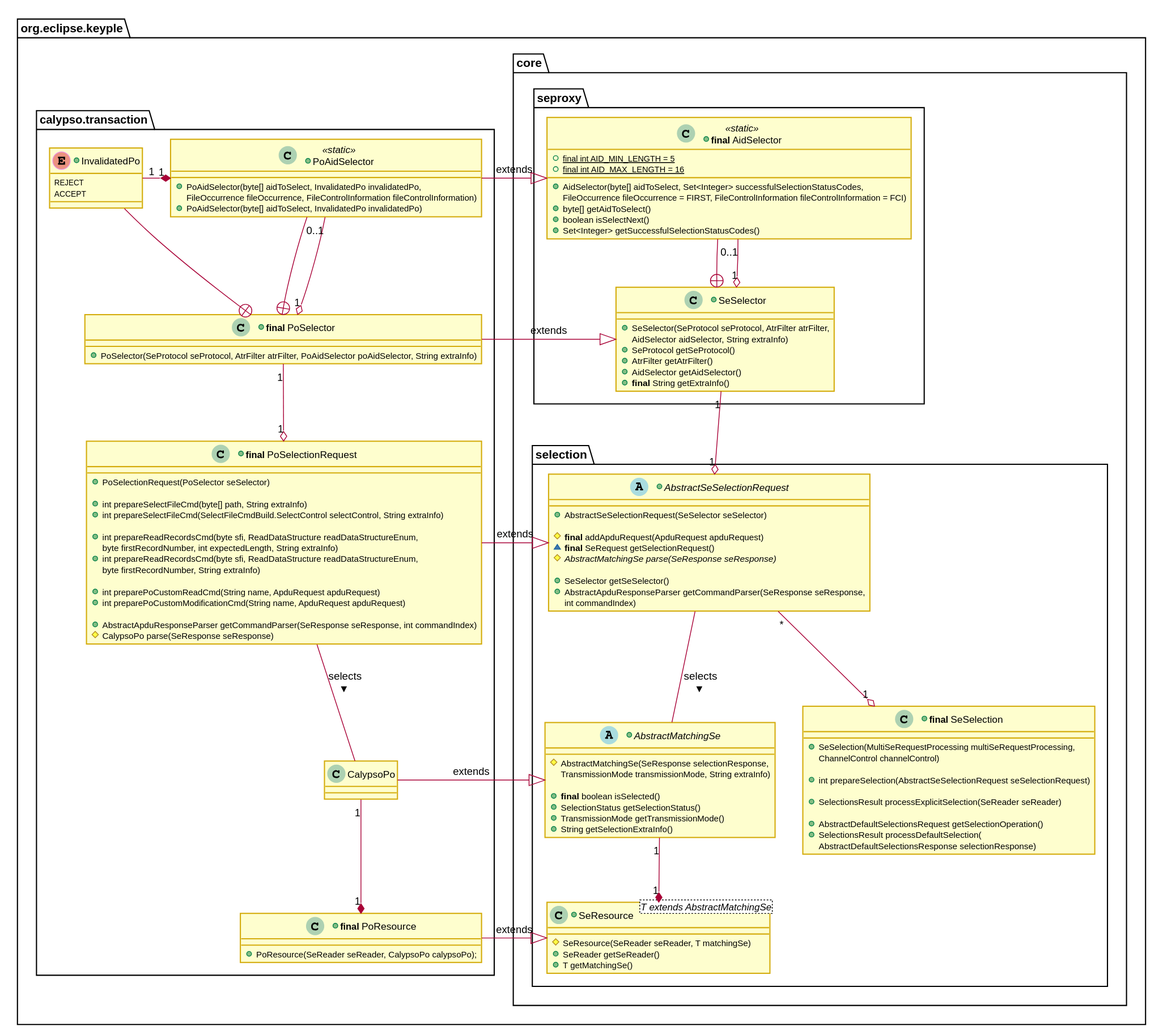
The PlantUML diagram docs/KeypleCalypsoApi/ApplicationApi/img/KeypleCalypso_ApplicationApi_ClassDiag_Transaction_PO_Selection_0_8_0.svg in calypsonet/keyple, before a commit. Its diagram source:
```plantuml
@startuml
skinparam ClassBorderColor #D4AC0D
skinparam stereotypeABorderColor #A9DCDF
skinparam stereotypeIBorderColor #B4A7E5
skinparam stereotypeCBorderColor #ADD1B2
skinparam stereotypeEBorderColor #EB93DF
skinparam shadowing false

skinparam ClassBackgroundColor<<red>> #FDEDEC
skinparam ClassBorderColor<<red>> #E74C3C
hide <<red>> stereotype
skinparam ClassBackgroundColor<<purple>> #F4ECF7
skinparam ClassBorderColor<<purple>> #8E44AD
hide <<purple>> stereotype
skinparam ClassBackgroundColor<<blue>> #EBF5FB
skinparam ClassBorderColor<<blue>> #3498DB
hide <<blue>> stereotype
skinparam ClassBackgroundColor<<green>> #EAFAF1
skinparam ClassBorderColor<<green>> #2ECC71
hide <<green>> stereotype
skinparam ClassBackgroundColor<<grey>> #EAECEE
skinparam ClassBorderColor<<grey>> #2C3E50
hide <<grey>> stereotype

package org.eclipse.keyple #FFFFFF {
  package core #FFFFFF {
    package seproxy #FFFFFF {

+class "<b>final</b> AidSelector" as AidSelector <<static>> {
  +{static} final int AID_MIN_LENGTH = 5
  +{static} final int AID_MAX_LENGTH = 16

  +AidSelector(byte[] aidToSelect, Set<Integer> successfulSelectionStatusCodes,
    FileOccurrence fileOccurrence = FIRST, FileControlInformation fileControlInformation = FCI)
  +byte[] getAidToSelect()
  +boolean isSelectNext()
  +Set<Integer> getSuccessfulSelectionStatusCodes()
}
+class SeSelector {
  +SeSelector(SeProtocol seProtocol, AtrFilter atrFilter,
    AidSelector aidSelector, String extraInfo)
  +SeProtocol getSeProtocol()
  +AtrFilter getAtrFilter()
  +AidSelector getAidSelector()
  +<b>final</b> String getExtraInfo()
}

      SeSelector +-up- AidSelector
      SeSelector "1" o-up- "0..1" AidSelector
    }

    package selection #FFFFFF {
+class "<b>final</b> SeSelection" as SeSelection {
  +SeSelection(MultiSeRequestProcessing multiSeRequestProcessing,
    ChannelControl channelControl)

  +int prepareSelection(AbstractSeSelectionRequest seSelectionRequest)

  +SelectionsResult processExplicitSelection(SeReader seReader)

  +AbstractDefaultSelectionsRequest getSelectionOperation()
  +SelectionsResult processDefaultSelection(
    AbstractDefaultSelectionsResponse selectionResponse)
}
+abstract AbstractSeSelectionRequest {
  +AbstractSeSelectionRequest(SeSelector seSelector)

  #<b>final</b> addApduRequest(ApduRequest apduRequest)
  ~<b>final</b> SeRequest getSelectionRequest()
  {abstract} #AbstractMatchingSe parse(SeResponse seResponse)

  +SeSelector getSeSelector()
  +AbstractApduResponseParser getCommandParser(SeResponse seResponse,
  int commandIndex)
}

+abstract AbstractMatchingSe {
  #AbstractMatchingSe(SeResponse selectionResponse,
    TransmissionMode transmissionMode, String extraInfo)

  +<b>final</b> boolean isSelected()
  +SelectionStatus getSelectionStatus()
  +TransmissionMode getTransmissionMode()
  +String getSelectionExtraInfo()
}
+class "SeResource<T extends AbstractMatchingSe>" as SeResource_T {
  #SeResource(SeReader seReader, T matchingSe)
  +SeReader getSeReader()
  +T getMatchingSe()
}

      AbstractSeSelectionRequest -down- AbstractMatchingSe : selects >
      SeSelection "1" o-up- "*" AbstractSeSelectionRequest
      SeResource_T "1" *-up- "1" AbstractMatchingSe
    }

    AbstractSeSelectionRequest "1" o-up- "1" SeSelector
  }

  package calypso.transaction #FFFFFF {
+enum InvalidatedPo {
  REJECT
  ACCEPT
}
+class PoAidSelector <<static>> {
  +PoAidSelector(byte[] aidToSelect, InvalidatedPo invalidatedPo,
    FileOccurrence fileOccurrence, FileControlInformation fileControlInformation)
  +PoAidSelector(byte[] aidToSelect, InvalidatedPo invalidatedPo)
}

+class "<b>final</b> PoSelector" as PoSelector {
  +PoSelector(SeProtocol seProtocol, AtrFilter atrFilter, PoAidSelector poAidSelector, String extraInfo)
}

+class "<b>final</b> PoSelectionRequest" as PoSelectionRequest {
  +PoSelectionRequest(PoSelector seSelector)

  +int prepareSelectFileCmd(byte[] path, String extraInfo)
  +int prepareSelectFileCmd(SelectFileCmdBuild.SelectControl selectControl, String extraInfo)

  +int prepareReadRecordsCmd(byte sfi, ReadDataStructure readDataStructureEnum,
    byte firstRecordNumber, int expectedLength, String extraInfo)
  +int prepareReadRecordsCmd(byte sfi, ReadDataStructure readDataStructureEnum,
    byte firstRecordNumber, String extraInfo)

  +int preparePoCustomReadCmd(String name, ApduRequest apduRequest)
  +int preparePoCustomModificationCmd(String name, ApduRequest apduRequest)

  +AbstractApduResponseParser getCommandParser(SeResponse seResponse, int commandIndex)
  #CalypsoPo parse(SeResponse seResponse)
}

+class "<b>final</b> PoResource" as PoResource {
  +PoResource(SeReader seReader, CalypsoPo calypsoPo);
}

    PoAidSelector "1" *-left- "1" InvalidatedPo
    InvalidatedPo --+ PoSelector

    PoSelector +-up- PoAidSelector
    PoSelector "1" o-up- "0..1" PoAidSelector
    PoSelectionRequest "1" o-up- "1" PoSelector
    PoSelectionRequest -down- CalypsoPo : selects >
    PoResource "1" *-up- "1" CalypsoPo
  }

  PoAidSelector -left-|> AidSelector : extends
  PoSelector -left-|> SeSelector : extends
  PoSelectionRequest -left-|> AbstractSeSelectionRequest : extends
  CalypsoPo -left-|> AbstractMatchingSe : extends
  PoResource -left-|> SeResource_T : extends
}
@enduml
```
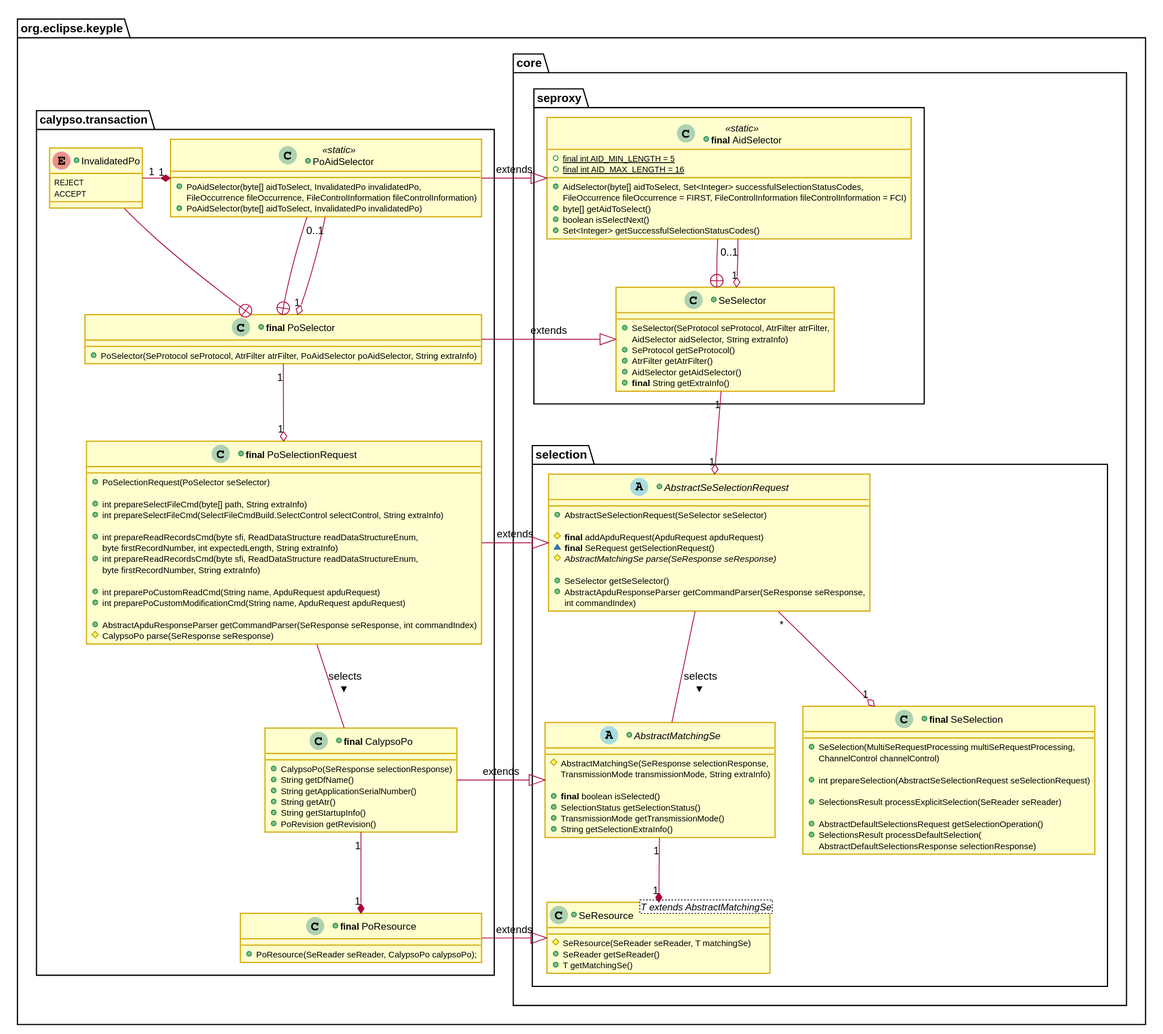
The same diagram one commit later.

What changed in the source:
```diff
@@ -5,6 +5,9 @@
 skinparam stereotypeCBorderColor #ADD1B2
 skinparam stereotypeEBorderColor #EB93DF
 skinparam shadowing false
+
+skinparam StateBorderColor #D4AC0D
+skinparam ActivityBorderColor #D4AC0D
 
 skinparam ClassBackgroundColor<<red>> #FDEDEC
 skinparam ClassBorderColor<<red>> #E74C3C
@@ -102,6 +105,14 @@
   REJECT
   ACCEPT
 }
++class "<b>final</b> CalypsoPo" as CalypsoPo {
+  +CalypsoPo(SeResponse selectionResponse)
+  +String getDfName()
+  +String getApplicationSerialNumber()
+  +String getAtr()
+  +String getStartupInfo()
+  +PoRevision getRevision()
+}
 +class PoAidSelector <<static>> {
   +PoAidSelector(byte[] aidToSelect, InvalidatedPo invalidatedPo,
     FileOccurrence fileOccurrence, FileControlInformation fileControlInformation)
```
